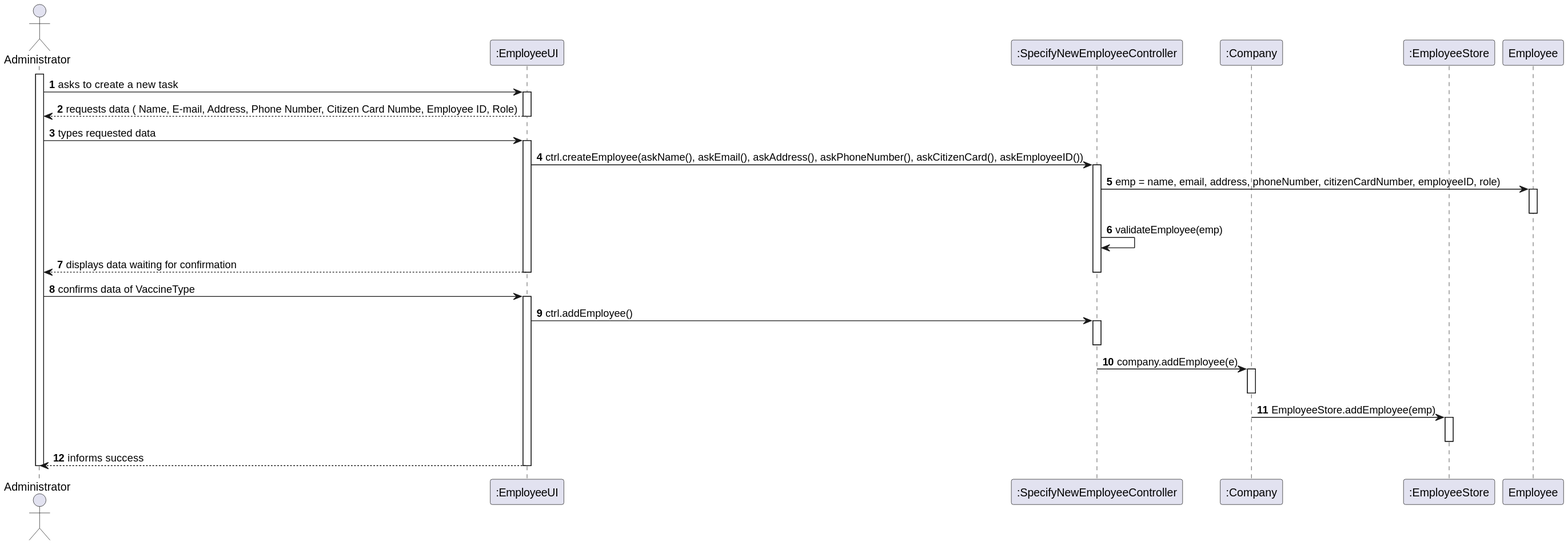
The PlantUML diagram docs/SprintB/US/US10/US010_SD.svg in PedroMesquita1211171/VaccinationManager, before a commit.
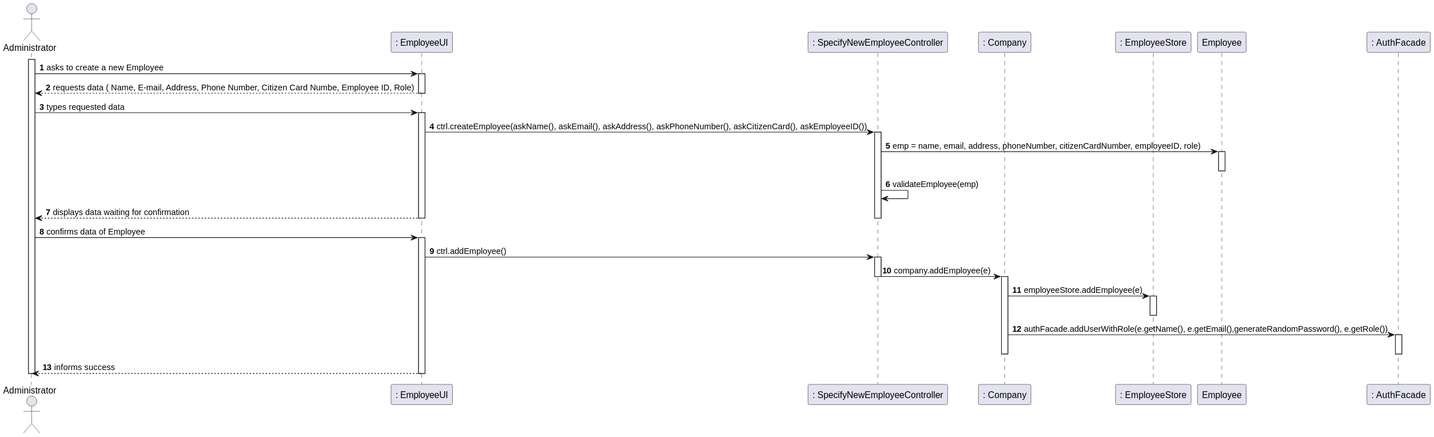
After the commit.

The edit, as a diff of the source:
```diff
@@ -2,16 +2,17 @@
 autonumber
 actor "Administrator" as ADM
 
-participant ":EmployeeUI" as UI
-participant ":SpecifyNewEmployeeController" as CTRL
-participant ":Company" as COMP
-participant ":EmployeeStore" as STORE
+participant ": EmployeeUI" as UI
+participant ": SpecifyNewEmployeeController" as CTRL
+participant ": Company" as COMP
+participant ": EmployeeStore" as STORE
 participant "Employee" as EMP
+participant ": AuthFacade" as auth
 
 
 
 activate ADM
-ADM -> UI : asks to create a new task
+ADM -> UI : asks to create a new Employee
 activate UI
 UI --> ADM : requests data ( Name, E-mail, Address, Phone Number, Citizen Card Numbe, Employee ID, Role)
 deactivate UI
@@ -35,21 +36,29 @@
 deactivate CTRL
 deactivate UI
 
-ADM -> UI : confirms data of VaccineType
+ADM -> UI : confirms data of Employee
 activate UI
+
 
 UI -> CTRL : ctrl.addEmployee()
 activate CTRL
-deactivate CTRL
+
 
 CTRL -> COMP : company.addEmployee(e)
+deactivate CTRL
 activate COMP
+
+
+
+COMP -> STORE : employeeStore.addEmployee(e)
+activate STORE
+deactivate STORE
+
+COMP -> auth  : authFacade.addUserWithRole(e.getName(), e.getEmail(),generateRandomPassword(), e.getRole())
+activate auth
+deactivate auth
 deactivate COMP
 
-
-COMP -> STORE : EmployeeStore.addEmployee(emp)
-activate STORE
-deactivate STORE
 
 UI --> ADM : informs success
 deactivate UI
```
